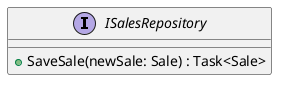
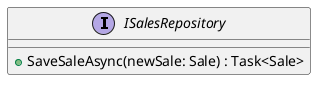
@startuml ISalesRepository

interface ISalesRepository {
-     +SaveSale(newSale: Sale) : Task<Sale>
+     +SaveSaleAsync(newSale: Sale) : Task<Sale>
}

@enduml
